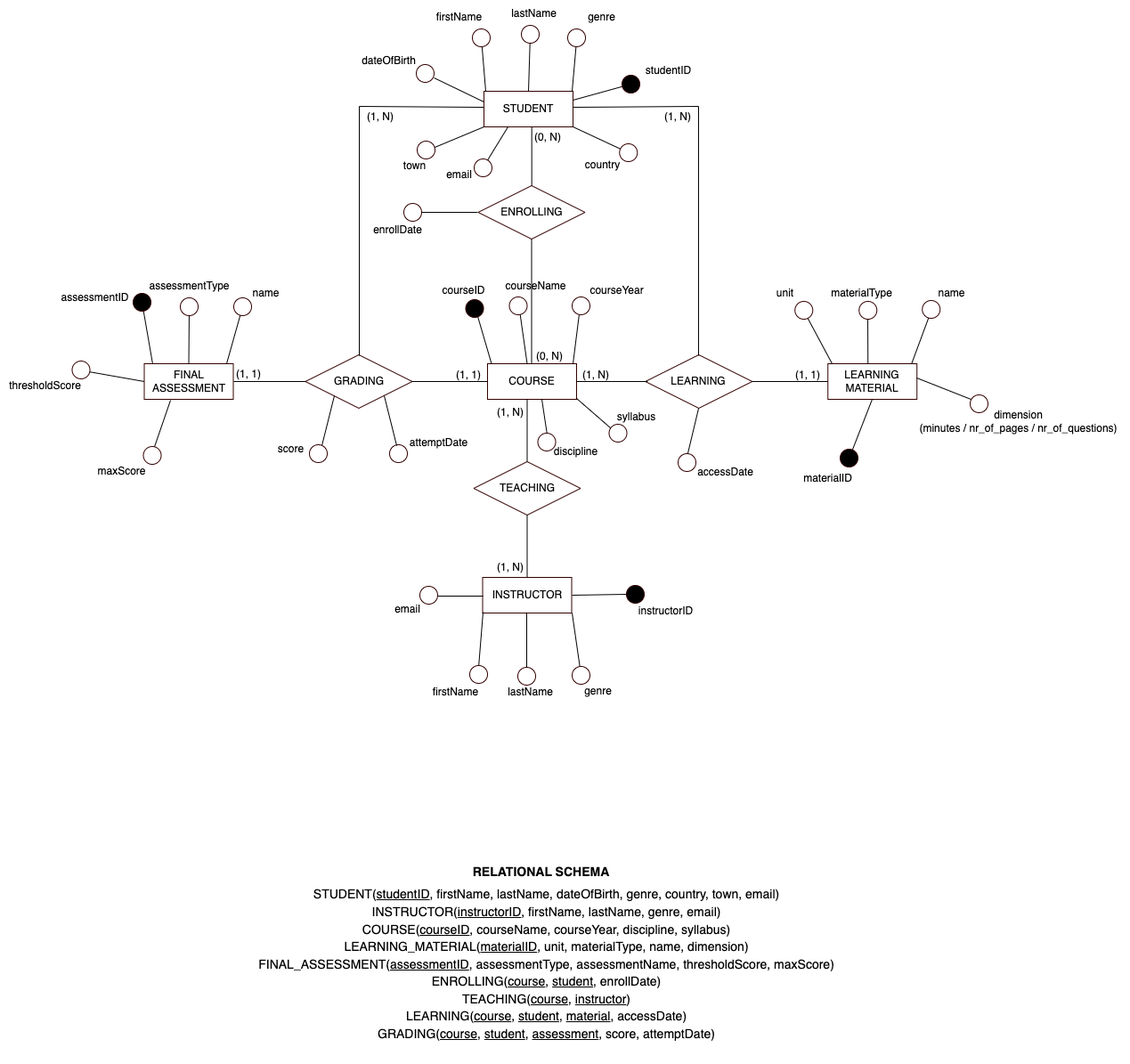
Before: schema/e-r_final.png, a diagram exported from draw.io (malrau/da_dbB_project). Source tidied: cells renumbered, new cells last; positions are measured from the earlier drawing's top-left corner, leaving out a move shared by most shapes.
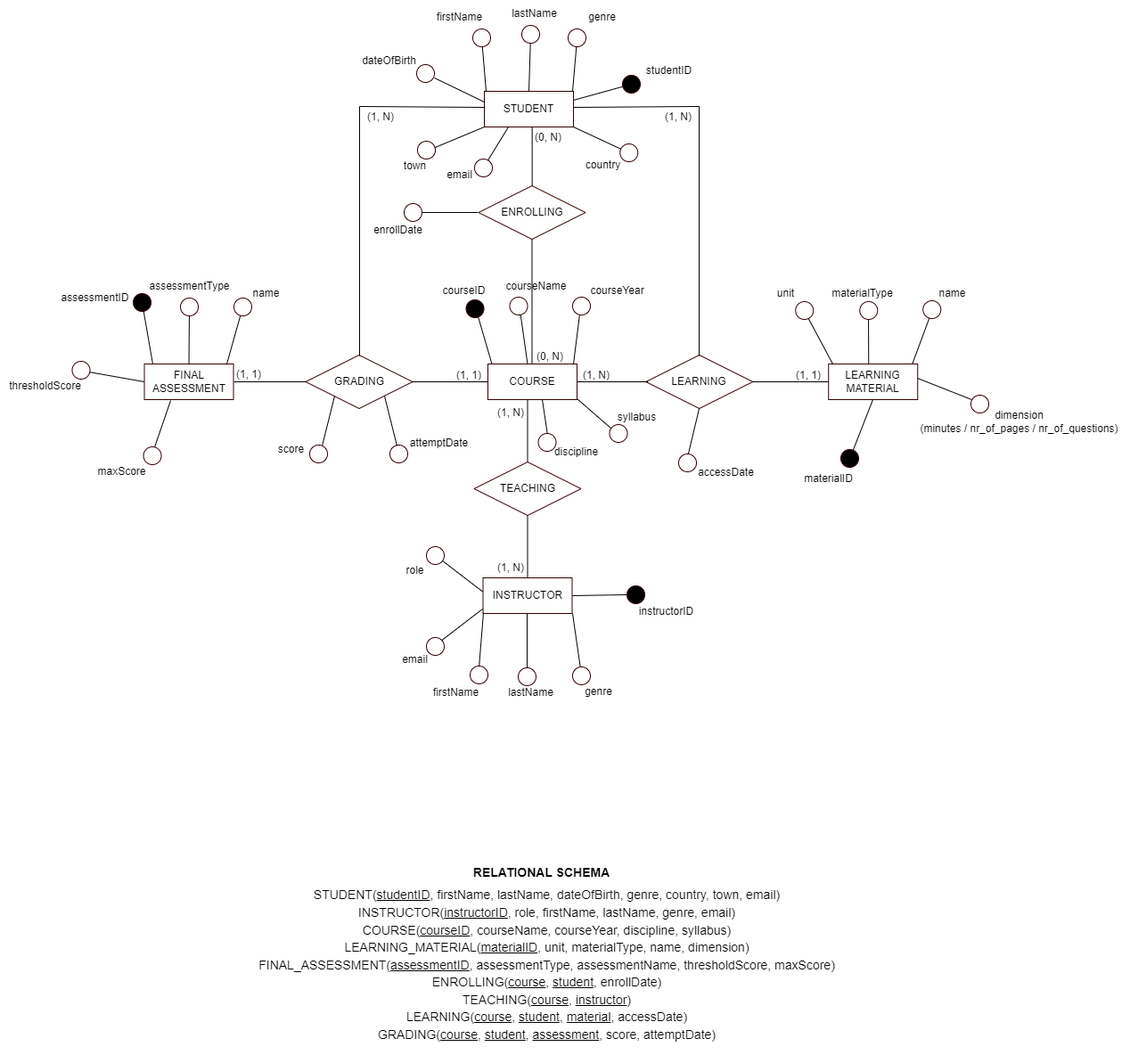
After the change.

Commit message:
Update schema: add role attribute to instructor table

Change to the diagram source:
```diff
@@ -2,7 +2,7 @@
   <root>
     <mxCell id="0" />
     <mxCell id="1" parent="0" />
-    <mxCell id="2" value="&lt;p style=&quot;line-height: 140%;&quot;&gt;STUDENT(&lt;u&gt;studentID&lt;/u&gt;,&amp;nbsp;firstName, lastName, dateOfBirth, genre, country, town, email)&lt;br&gt;INSTRUCTOR(&lt;u&gt;instructorID&lt;/u&gt;, firstName, lastName, genre, email)&lt;br&gt;COURSE(&lt;u&gt;courseID&lt;/u&gt;,&amp;nbsp;courseName, courseYear, discipline, syllabus)&lt;br&gt;LEARNING_MATERIAL(&lt;u&gt;materialID&lt;/u&gt;, unit, materialType,&amp;nbsp;&lt;span style=&quot;border-color: var(--border-color);&quot;&gt;name&lt;/span&gt;, dimension)&lt;br&gt;FINAL_ASSESSMENT(&lt;u style=&quot;border-color: var(--border-color);&quot;&gt;assessmentID&lt;/u&gt;,&amp;nbsp;assessmentType, assessmentName, thresholdScore, maxScore)&lt;br style=&quot;border-color: var(--border-color);&quot;&gt;ENROLLING(&lt;u&gt;course&lt;/u&gt;, &lt;u&gt;student&lt;/u&gt;, enrollDate)&lt;br&gt;TEACHING(&lt;u style=&quot;border-color: var(--border-color);&quot;&gt;course&lt;/u&gt;,&amp;nbsp;&lt;u style=&quot;border-color: var(--border-color);&quot;&gt;instructor&lt;/u&gt;)&lt;br style=&quot;border-color: var(--border-color);&quot;&gt;LEARNING(&lt;u style=&quot;border-color: var(--border-color);&quot;&gt;course&lt;/u&gt;, &lt;u&gt;student&lt;/u&gt;,&amp;nbsp;&lt;u&gt;material&lt;/u&gt;, accessDate)&lt;br style=&quot;border-color: var(--border-color);&quot;&gt;GRADING(&lt;u&gt;course&lt;/u&gt;,&amp;nbsp;&lt;u&gt;student&lt;/u&gt;, &lt;u&gt;assessment&lt;/u&gt;, score, attemptDate)&lt;/p&gt;" style="text;html=1;align=center;verticalAlign=middle;strokeColor=none;fillColor=none;fontSize=14;" parent="1" vertex="1">
+    <mxCell id="2" value="&lt;p style=&quot;line-height: 140%;&quot;&gt;STUDENT(&lt;u&gt;studentID&lt;/u&gt;,&amp;nbsp;firstName, lastName, dateOfBirth, genre, country, town, email)&lt;br&gt;INSTRUCTOR(&lt;u&gt;instructorID&lt;/u&gt;, role, firstName, lastName, genre, email)&lt;br&gt;COURSE(&lt;u&gt;courseID&lt;/u&gt;,&amp;nbsp;courseName, courseYear, discipline, syllabus)&lt;br&gt;LEARNING_MATERIAL(&lt;u&gt;materialID&lt;/u&gt;, unit, materialType,&amp;nbsp;&lt;span style=&quot;border-color: var(--border-color);&quot;&gt;name&lt;/span&gt;, dimension)&lt;br&gt;FINAL_ASSESSMENT(&lt;u style=&quot;border-color: var(--border-color);&quot;&gt;assessmentID&lt;/u&gt;,&amp;nbsp;assessmentType, assessmentName, thresholdScore, maxScore)&lt;br style=&quot;border-color: var(--border-color);&quot;&gt;ENROLLING(&lt;u&gt;course&lt;/u&gt;, &lt;u&gt;student&lt;/u&gt;, enrollDate)&lt;br&gt;TEACHING(&lt;u style=&quot;border-color: var(--border-color);&quot;&gt;course&lt;/u&gt;,&amp;nbsp;&lt;u style=&quot;border-color: var(--border-color);&quot;&gt;instructor&lt;/u&gt;)&lt;br style=&quot;border-color: var(--border-color);&quot;&gt;LEARNING(&lt;u style=&quot;border-color: var(--border-color);&quot;&gt;course&lt;/u&gt;, &lt;u&gt;student&lt;/u&gt;,&amp;nbsp;&lt;u&gt;material&lt;/u&gt;, accessDate)&lt;br style=&quot;border-color: var(--border-color);&quot;&gt;GRADING(&lt;u&gt;course&lt;/u&gt;,&amp;nbsp;&lt;u&gt;student&lt;/u&gt;, &lt;u&gt;assessment&lt;/u&gt;, score, attemptDate)&lt;/p&gt;" style="text;html=1;align=center;verticalAlign=middle;strokeColor=none;fillColor=none;fontSize=14;" parent="1" vertex="1">
       <mxGeometry x="278" y="973" width="670" height="220" as="geometry" />
     </mxCell>
     <mxCell id="3" value="&lt;b&gt;RELATIONAL SCHEMA&lt;/b&gt;" style="text;html=1;align=center;verticalAlign=middle;strokeColor=none;fillColor=none;fontSize=14;" parent="1" vertex="1">
@@ -470,65 +470,77 @@
     <mxCell id="115" value="email" style="text;html=1;align=center;verticalAlign=middle;strokeColor=none;fillColor=none;" parent="1" vertex="1">
       <mxGeometry x="490" y="181" width="50" height="30" as="geometry" />
     </mxCell>
-    <mxCell id="116" style="endArrow=none;html=1;rounded=0;" parent="1" edge="1">
-      <mxGeometry relative="1" as="geometry">
-        <mxPoint x="542" y="669" as="sourcePoint" />
-        <mxPoint x="481" y="669" as="targetPoint" />
-      </mxGeometry>
+    <mxCell id="116" value="email" style="text;html=1;align=center;verticalAlign=middle;strokeColor=none;fillColor=none;" parent="1" vertex="1">
+      <mxGeometry x="440" y="725" width="50" height="30" as="geometry" />
     </mxCell>
-    <mxCell id="117" style="ellipse;whiteSpace=wrap;html=1;shadow=0;sketch=0;fillStyle=solid;strokeColor=#330000;strokeWidth=1;fillColor=#FFFFFF;" parent="1" vertex="1">
-      <mxGeometry x="471" y="658" width="20" height="20" as="geometry" />
+    <mxCell id="117" style="ellipse;whiteSpace=wrap;html=1;fillColor=#FFFFFF;strokeColor=#330000;shadow=0;sketch=0;fillStyle=solid;strokeWidth=1;flipH=1;" parent="1" vertex="1">
+      <mxGeometry x="80.5" y="405" width="20" height="20" as="geometry" />
     </mxCell>
-    <mxCell id="118" value="email" style="text;html=1;align=center;verticalAlign=middle;strokeColor=none;fillColor=none;" parent="1" vertex="1">
-      <mxGeometry x="432" y="669" width="50" height="30" as="geometry" />
+    <mxCell id="118" style="ellipse;whiteSpace=wrap;html=1;fillColor=#FFFFFF;strokeColor=#330000;shadow=0;sketch=0;fillStyle=solid;strokeWidth=1;flipH=1;" parent="1" vertex="1">
+      <mxGeometry x="160.5" y="501" width="20" height="20" as="geometry" />
     </mxCell>
-    <mxCell id="119" style="ellipse;whiteSpace=wrap;html=1;fillColor=#FFFFFF;strokeColor=#330000;shadow=0;sketch=0;fillStyle=solid;strokeWidth=1;flipH=1;" parent="1" vertex="1">
-      <mxGeometry x="80.5" y="405" width="20" height="20" as="geometry" />
+    <mxCell id="119" style="edgeStyle=none;rounded=0;orthogonalLoop=1;jettySize=auto;html=1;exitX=0.75;exitY=0;exitDx=0;exitDy=0;endArrow=none;" parent="1" edge="1">
+      <mxGeometry relative="1" as="geometry">
+        <mxPoint x="934" y="408" as="sourcePoint" />
+        <mxPoint x="904" y="352" as="targetPoint" />
+      </mxGeometry>
     </mxCell>
-    <mxCell id="120" style="ellipse;whiteSpace=wrap;html=1;fillColor=#FFFFFF;strokeColor=#330000;shadow=0;sketch=0;fillStyle=solid;strokeWidth=1;flipH=1;" parent="1" vertex="1">
-      <mxGeometry x="160.5" y="501" width="20" height="20" as="geometry" />
+    <mxCell id="120" style="ellipse;whiteSpace=wrap;html=1;fillColor=#FFFFFF;strokeColor=#330000;shadow=0;sketch=0;fillStyle=solid;strokeWidth=1;" parent="1" vertex="1">
+      <mxGeometry x="892.2" y="338" width="20" height="20" as="geometry" />
     </mxCell>
-    <mxCell id="121" style="edgeStyle=none;rounded=0;orthogonalLoop=1;jettySize=auto;html=1;exitX=0.75;exitY=0;exitDx=0;exitDy=0;endArrow=none;" parent="1" edge="1">
-      <mxGeometry relative="1" as="geometry">
-        <mxPoint x="934" y="408" as="sourcePoint" />
-        <mxPoint x="904" y="352" as="targetPoint" />
-      </mxGeometry>
+    <mxCell id="121" value="unit" style="text;html=1;align=center;verticalAlign=middle;strokeColor=none;fillColor=none;" parent="1" vertex="1">
+      <mxGeometry x="861" y="314" width="40" height="30" as="geometry" />
     </mxCell>
-    <mxCell id="122" style="ellipse;whiteSpace=wrap;html=1;fillColor=#FFFFFF;strokeColor=#330000;shadow=0;sketch=0;fillStyle=solid;strokeWidth=1;" parent="1" vertex="1">
-      <mxGeometry x="892.2" y="338" width="20" height="20" as="geometry" />
+    <mxCell id="122" style="edgeStyle=none;rounded=0;orthogonalLoop=1;jettySize=auto;html=1;exitX=0.75;exitY=0;exitDx=0;exitDy=0;endArrow=none;entryX=0.789;entryY=1.167;entryDx=0;entryDy=0;entryPerimeter=0;" parent="1" edge="1">
+      <mxGeometry relative="1" as="geometry">
+        <mxPoint x="974.2" y="408" as="sourcePoint" />
+        <mxPoint x="974" y="349" as="targetPoint" />
+      </mxGeometry>
     </mxCell>
-    <mxCell id="123" value="unit" style="text;html=1;align=center;verticalAlign=middle;strokeColor=none;fillColor=none;" parent="1" vertex="1">
-      <mxGeometry x="861" y="314" width="40" height="30" as="geometry" />
+    <mxCell id="123" style="ellipse;whiteSpace=wrap;html=1;fillColor=#FFFFFF;strokeColor=#330000;shadow=0;sketch=0;fillStyle=solid;strokeWidth=1;" parent="1" vertex="1">
+      <mxGeometry x="964.2" y="338" width="20" height="20" as="geometry" />
     </mxCell>
-    <mxCell id="124" style="edgeStyle=none;rounded=0;orthogonalLoop=1;jettySize=auto;html=1;exitX=0.75;exitY=0;exitDx=0;exitDy=0;endArrow=none;entryX=0.789;entryY=1.167;entryDx=0;entryDy=0;entryPerimeter=0;" parent="1" edge="1">
+    <mxCell id="124" style="endArrow=none;html=1;rounded=0;exitX=1;exitY=1;exitDx=0;exitDy=0;" parent="1" edge="1">
       <mxGeometry relative="1" as="geometry">
-        <mxPoint x="974.2" y="408" as="sourcePoint" />
-        <mxPoint x="974" y="349" as="targetPoint" />
+        <mxPoint x="647" y="447" as="sourcePoint" />
+        <mxPoint x="693" y="487" as="targetPoint" />
       </mxGeometry>
     </mxCell>
-    <mxCell id="125" style="ellipse;whiteSpace=wrap;html=1;fillColor=#FFFFFF;strokeColor=#330000;shadow=0;sketch=0;fillStyle=solid;strokeWidth=1;" parent="1" vertex="1">
-      <mxGeometry x="964.2" y="338" width="20" height="20" as="geometry" />
+    <mxCell id="125" style="endArrow=none;html=1;rounded=0;" parent="1" edge="1">
+      <mxGeometry relative="1" as="geometry">
+        <mxPoint x="608" y="448" as="sourcePoint" />
+        <mxPoint x="614" y="488" as="targetPoint" />
+      </mxGeometry>
     </mxCell>
-    <mxCell id="126" style="endArrow=none;html=1;rounded=0;exitX=1;exitY=1;exitDx=0;exitDy=0;" parent="1" edge="1">
-      <mxGeometry relative="1" as="geometry">
-        <mxPoint x="647" y="447" as="sourcePoint" />
-        <mxPoint x="693" y="487" as="targetPoint" />
-      </mxGeometry>
+    <mxCell id="126" style="ellipse;whiteSpace=wrap;html=1;shadow=0;sketch=0;fillStyle=solid;strokeColor=#330000;strokeWidth=1;fillColor=#FFFFFF;" parent="1" vertex="1">
+      <mxGeometry x="603.5" y="486" width="20" height="20" as="geometry" />
     </mxCell>
-    <mxCell id="127" style="endArrow=none;html=1;rounded=0;" parent="1" edge="1">
-      <mxGeometry relative="1" as="geometry">
-        <mxPoint x="608" y="448" as="sourcePoint" />
-        <mxPoint x="614" y="488" as="targetPoint" />
-      </mxGeometry>
+    <mxCell id="127" style="ellipse;whiteSpace=wrap;html=1;shadow=0;sketch=0;fillStyle=solid;strokeColor=#330000;strokeWidth=1;fillColor=#FFFFFF;" parent="1" vertex="1">
+      <mxGeometry x="683.5" y="476" width="20" height="20" as="geometry" />
     </mxCell>
-    <mxCell id="128" style="ellipse;whiteSpace=wrap;html=1;shadow=0;sketch=0;fillStyle=solid;strokeColor=#330000;strokeWidth=1;fillColor=#FFFFFF;" parent="1" vertex="1">
-      <mxGeometry x="603.5" y="486" width="20" height="20" as="geometry" />
+    <mxCell id="128" value="discipline" style="text;html=1;align=center;verticalAlign=middle;strokeColor=none;fillColor=none;" parent="1" vertex="1">
+      <mxGeometry x="611" y="492" width="70" height="30" as="geometry" />
     </mxCell>
-    <mxCell id="129" style="ellipse;whiteSpace=wrap;html=1;shadow=0;sketch=0;fillStyle=solid;strokeColor=#330000;strokeWidth=1;fillColor=#FFFFFF;" parent="1" vertex="1">
-      <mxGeometry x="683.5" y="476" width="20" height="20" as="geometry" />
+    <mxCell id="129" style="endArrow=none;html=1;rounded=0;entryX=0.986;entryY=-0.019;entryDx=0;entryDy=0;entryPerimeter=0;" parent="1" edge="1">
+      <mxGeometry relative="1" as="geometry">
+        <mxPoint x="541" y="683" as="sourcePoint" />
+        <mxPoint x="488.3" y="723.4" as="targetPoint" />
+      </mxGeometry>
     </mxCell>
-    <mxCell id="130" value="discipline" style="text;html=1;align=center;verticalAlign=middle;strokeColor=none;fillColor=none;" parent="1" vertex="1">
-      <mxGeometry x="611" y="492" width="70" height="30" as="geometry" />
+    <mxCell id="130" style="ellipse;whiteSpace=wrap;html=1;shadow=0;sketch=0;fillStyle=solid;strokeColor=#330000;strokeWidth=1;fillColor=#FFFFFF;" parent="1" vertex="1">
+      <mxGeometry x="478" y="715" width="20" height="20" as="geometry" />
     </mxCell>
+    <mxCell id="131" style="endArrow=none;html=1;rounded=0;entryX=0.986;entryY=-0.019;entryDx=0;entryDy=0;entryPerimeter=0;" parent="1" edge="1">
+      <mxGeometry relative="1" as="geometry">
+        <mxPoint x="541" y="663.4" as="sourcePoint" />
+        <mxPoint x="488.3" y="623" as="targetPoint" />
+      </mxGeometry>
+    </mxCell>
+    <mxCell id="132" style="ellipse;whiteSpace=wrap;html=1;shadow=0;sketch=0;fillStyle=solid;strokeColor=#330000;strokeWidth=1;fillColor=#FFFFFF;" parent="1" vertex="1">
+      <mxGeometry x="478" y="613" width="20" height="20" as="geometry" />
+    </mxCell>
+    <mxCell id="133" value="role" style="text;html=1;align=center;verticalAlign=middle;strokeColor=none;fillColor=none;" parent="1" vertex="1">
+      <mxGeometry x="445" y="625" width="40" height="30" as="geometry" />
+    </mxCell>
   </root>
 </mxGraphModel>
```
